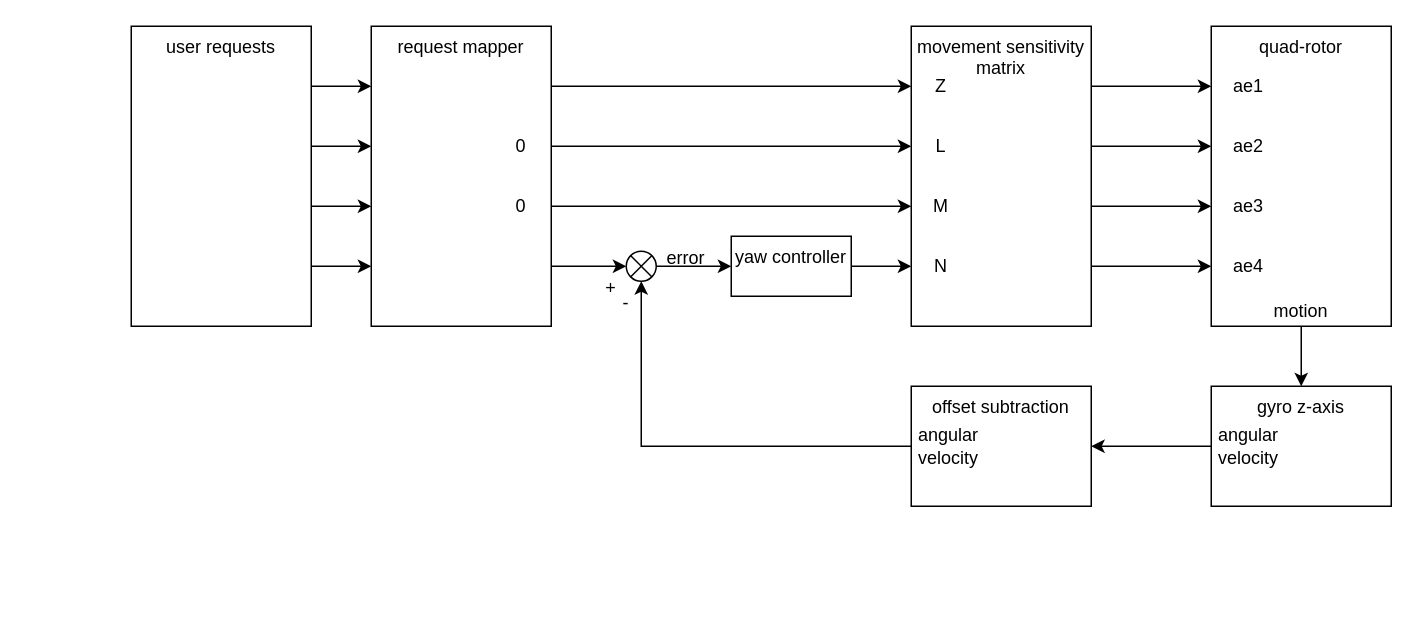
JanPaulMetz/draw keeps this draw.io diagram as yaw_control_diagram.drawio. Above is the earlier version. Source tidied: cells renumbered, new cells numbered last; positions are measured from the earlier drawing's top-left corner, leaving out a move shared by most shapes. Both pictures are drawn from the tidied source at 150%, with x=0, y=0 at pixel (130, 26).
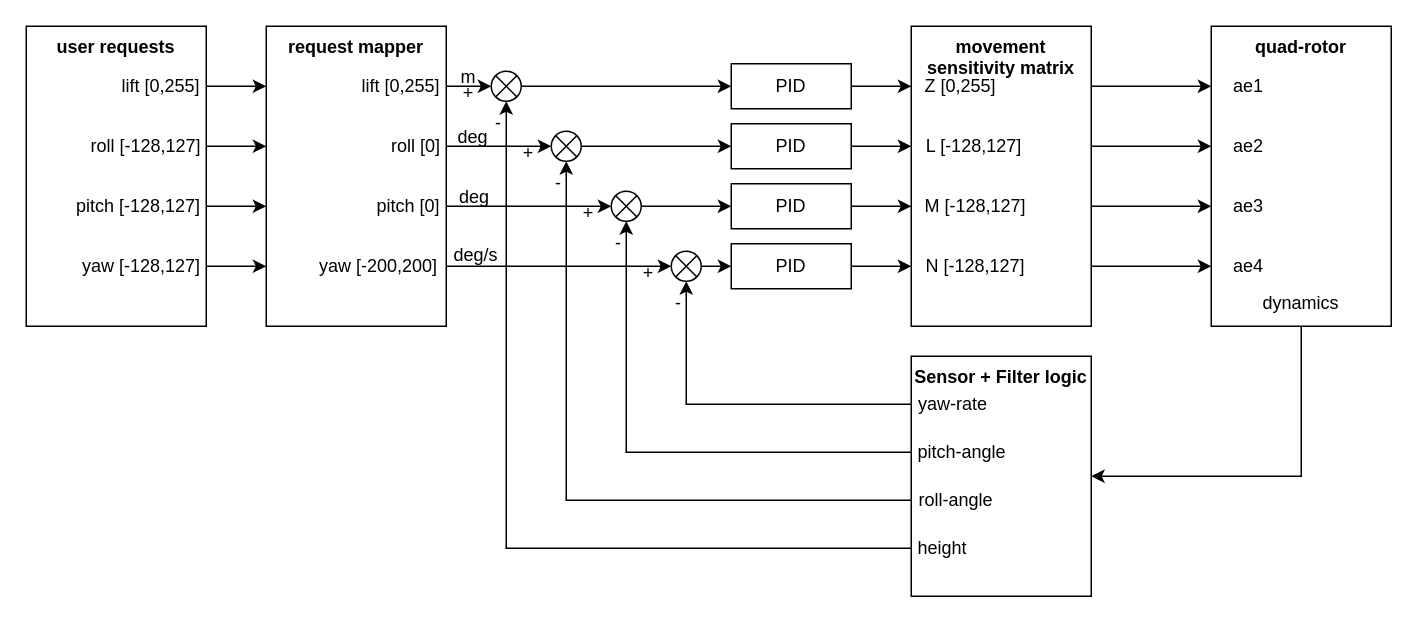
Above is the later version.

Change to the diagram source:
```diff
@@
-    <mxCell id="2" value="movement sensitivity matrix" style="rounded=0;whiteSpace=wrap;html=1;verticalAlign=top;points=[[0,0,0,0,0],[0,0.2,0,0,0],[0,0.4,0,0,0],[0,0.6,0,0,0],[0,0.8,0,0,0],[0,1,0,0,0],[0.25,0,0,0,0],[0.25,1,0,0,0],[0.5,0,0,0,0],[0.5,1,0,0,0],[0.75,0,0,0,0],[0.75,1,0,0,0],[1,0,0,0,0],[1,0.2,0,0,0],[1,0.4,0,0,0],[1,0.6,0,0,0],[1,0.8,0,0,0],[1,1,0,0,0]];" parent="1" vertex="1">
+    <mxCell id="2" value="&lt;b&gt;movement sensitivity matrix&lt;/b&gt;" style="rounded=0;whiteSpace=wrap;html=1;verticalAlign=top;points=[[0,0,0,0,0],[0,0.2,0,0,0],[0,0.4,0,0,0],[0,0.6,0,0,0],[0,0.8,0,0,0],[0,1,0,0,0],[0.25,0,0,0,0],[0.25,1,0,0,0],[0.5,0,0,0,0],[0.5,1,0,0,0],[0.75,0,0,0,0],[0.75,1,0,0,0],[1,0,0,0,0],[1,0.2,0,0,0],[1,0.4,0,0,0],[1,0.6,0,0,0],[1,0.8,0,0,0],[1,1,0,0,0]];" parent="1" vertex="1">
       <mxGeometry x="520" width="120" height="200" as="geometry" />
     </mxCell>
-    <mxCell id="3" style="edgeStyle=orthogonalEdgeStyle;rounded=0;jettySize=auto;html=1;exitX=0.5;exitY=1;exitDx=0;exitDy=0;exitPerimeter=0;entryX=0.5;entryY=0;entryDx=0;entryDy=0;" parent="1" edge="1" source="4" target="17">
-      <mxGeometry relative="1" as="geometry" />
-    </mxCell>
-    <mxCell id="4" value="quad-rotor" style="rounded=0;whiteSpace=wrap;html=1;verticalAlign=top;points=[[0,0,0,0,0],[0,0.2,0,0,0],[0,0.4,0,0,0],[0,0.6,0,0,0],[0,0.8,0,0,0],[0,1,0,0,0],[0.25,0,0,0,0],[0.25,1,0,0,0],[0.5,0,0,0,0],[0.5,1,0,0,0],[0.75,0,0,0,0],[0.75,1,0,0,0],[1,0,0,0,0],[1,0.2,0,0,0],[1,0.4,0,0,0],[1,0.6,0,0,0],[1,0.8,0,0,0],[1,1,0,0,0]];" parent="1" vertex="1">
+    <mxCell id="4" value="&lt;b&gt;quad-rotor&lt;/b&gt;" style="rounded=0;whiteSpace=wrap;html=1;verticalAlign=top;points=[[0,0,0,0,0],[0,0.2,0,0,0],[0,0.4,0,0,0],[0,0.6,0,0,0],[0,0.8,0,0,0],[0,1,0,0,0],[0.25,0,0,0,0],[0.25,1,0,0,0],[0.5,0,0,0,0],[0.5,1,0,0,0],[0.75,0,0,0,0],[0.75,1,0,0,0],[1,0,0,0,0],[1,0.2,0,0,0],[1,0.4,0,0,0],[1,0.6,0,0,0],[1,0.8,0,0,0],[1,1,0,0,0]];" parent="1" vertex="1">
       <mxGeometry x="720" width="120" height="200" as="geometry" />
     </mxCell>
@@
-    <mxCell id="13" value="Z" style="text;strokeColor=none;align=center;fillColor=none;html=1;verticalAlign=middle;whiteSpace=wrap;rounded=0;" parent="1" vertex="1">
-      <mxGeometry x="530" y="30" width="20" height="20" as="geometry" />
+    <mxCell id="13" value="Z  [0,255]" style="text;strokeColor=none;align=center;fillColor=none;html=1;verticalAlign=middle;whiteSpace=wrap;rounded=0;" parent="1" vertex="1">
+      <mxGeometry x="528" y="30" width="50" height="20" as="geometry" />
     </mxCell>
-    <mxCell id="14" value="yaw controller" style="rounded=0;whiteSpace=wrap;html=1;verticalAlign=top;" parent="1" vertex="1">
-      <mxGeometry x="400" y="140" width="80" height="40" as="geometry" />
-    </mxCell>
-    <mxCell id="15" style="edgeStyle=orthogonalEdgeStyle;rounded=0;jettySize=auto;html=1;exitX=1;exitY=0.5;exitDx=0;exitDy=0;entryX=0;entryY=0.8;entryDx=0;entryDy=0;entryPerimeter=0;" parent="1" edge="1" source="14" target="2">
-      <mxGeometry relative="1" as="geometry" />
-    </mxCell>
-    <mxCell id="16" style="edgeStyle=orthogonalEdgeStyle;rounded=0;jettySize=auto;html=1;exitX=0;exitY=0.5;exitDx=0;exitDy=0;entryX=1;entryY=0.5;entryDx=0;entryDy=0;" parent="1" edge="1" source="17" target="24">
-      <mxGeometry relative="1" as="geometry" />
-    </mxCell>
-    <mxCell id="17" value="gyro z-axis" style="rounded=0;whiteSpace=wrap;html=1;verticalAlign=top;" parent="1" vertex="1">
-      <mxGeometry x="720" y="240" width="120" height="80" as="geometry" />
-    </mxCell>
-    <mxCell id="18" value="L" style="text;strokeColor=none;align=center;fillColor=none;html=1;verticalAlign=middle;whiteSpace=wrap;rounded=0;" parent="1" vertex="1">
-      <mxGeometry x="530" y="70" width="20" height="20" as="geometry" />
+    <mxCell id="18" value="L [-128,127]" style="text;strokeColor=none;align=center;fillColor=none;html=1;verticalAlign=middle;whiteSpace=wrap;rounded=0;" parent="1" vertex="1">
+      <mxGeometry x="527" y="70" width="70" height="20" as="geometry" />
     </mxCell>
-    <mxCell id="19" value="M" style="text;strokeColor=none;align=center;fillColor=none;html=1;verticalAlign=middle;whiteSpace=wrap;rounded=0;" parent="1" vertex="1">
-      <mxGeometry x="530" y="110" width="20" height="20" as="geometry" />
+    <mxCell id="19" value="M [-128,127]" style="text;strokeColor=none;align=center;fillColor=none;html=1;verticalAlign=middle;whiteSpace=wrap;rounded=0;" parent="1" vertex="1">
+      <mxGeometry x="523" y="110" width="80" height="20" as="geometry" />
     </mxCell>
-    <mxCell id="20" value="N" style="text;strokeColor=none;align=center;fillColor=none;html=1;verticalAlign=middle;whiteSpace=wrap;rounded=0;" parent="1" vertex="1">
-      <mxGeometry x="530" y="150" width="20" height="20" as="geometry" />
+    <mxCell id="20" value="N [-128,127]" style="text;strokeColor=none;align=center;fillColor=none;html=1;verticalAlign=middle;whiteSpace=wrap;rounded=0;" parent="1" vertex="1">
+      <mxGeometry x="523" y="150" width="80" height="20" as="geometry" />
     </mxCell>
-    <mxCell id="21" style="edgeStyle=orthogonalEdgeStyle;rounded=0;jettySize=auto;html=1;exitX=1;exitY=0.5;exitDx=0;exitDy=0;exitPerimeter=0;entryX=0;entryY=0.5;entryDx=0;entryDy=0;" parent="1" edge="1" source="22" target="14">
-      <mxGeometry relative="1" as="geometry" />
-    </mxCell>
+    <mxCell id="43" style="edgeStyle=orthogonalEdgeStyle;rounded=0;jettySize=auto;html=1;exitX=1;exitY=0.5;exitDx=0;exitDy=0;exitPerimeter=0;entryX=0;entryY=0.5;entryDx=0;entryDy=0;" parent="1" edge="1" source="22" target="44">
+      <mxGeometry relative="1" as="geometry" />
+    </mxCell>
     <mxCell id="22" style="verticalLabelPosition=bottom;verticalAlign=top;html=1;shape=mxgraph.flowchart.or;" parent="1" vertex="1">
-      <mxGeometry x="330" y="150" width="20" height="20" as="geometry" />
+      <mxGeometry x="360" y="150" width="20" height="20" as="geometry" />
     </mxCell>
-    <mxCell id="23" value="angular&lt;br&gt;velocity" style="text;strokeColor=none;align=center;fillColor=none;html=1;verticalAlign=middle;whiteSpace=wrap;rounded=0;" parent="1" vertex="1">
-      <mxGeometry x="730" y="270" width="30" height="20" as="geometry" />
-    </mxCell>
-    <mxCell id="24" value="offset subtraction" style="rounded=0;whiteSpace=wrap;html=1;verticalAlign=top;" parent="1" vertex="1">
-      <mxGeometry x="520" y="240" width="120" height="80" as="geometry" />
-    </mxCell>
-    <mxCell id="25" value="motion" style="text;strokeColor=none;align=center;fillColor=none;html=1;verticalAlign=middle;whiteSpace=wrap;rounded=0;" parent="1" vertex="1">
-      <mxGeometry x="765" y="180" width="30" height="20" as="geometry" />
+    <mxCell id="25" value="dynamics" style="text;strokeColor=none;align=center;fillColor=none;html=1;verticalAlign=middle;whiteSpace=wrap;rounded=0;" parent="1" vertex="1">
+      <mxGeometry x="765" y="175" width="30" height="20" as="geometry" />
     </mxCell>
-    <mxCell id="26" style="edgeStyle=orthogonalEdgeStyle;rounded=0;jettySize=auto;html=1;exitX=0;exitY=0.5;exitDx=0;exitDy=0;entryX=0.5;entryY=1;entryDx=0;entryDy=0;entryPerimeter=0;" parent="1" edge="1" source="24" target="22">
-      <mxGeometry relative="1" as="geometry" />
-    </mxCell>
-    <mxCell id="27" value="request mapper" style="rounded=0;whiteSpace=wrap;html=1;verticalAlign=top;points=[[0,0,0,0,0],[0,0.2,0,0,0],[0,0.4,0,0,0],[0,0.6,0,0,0],[0,0.8,0,0,0],[0,1,0,0,0],[0.25,0,0,0,0],[0.25,1,0,0,0],[0.5,0,0,0,0],[0.5,1,0,0,0],[0.75,0,0,0,0],[0.75,1,0,0,0],[1,0,0,0,0],[1,0.2,0,0,0],[1,0.4,0,0,0],[1,0.6,0,0,0],[1,0.8,0,0,0],[1,1,0,0,0]];" parent="1" vertex="1">
-      <mxGeometry x="160" width="120" height="200" as="geometry" />
+    <mxCell id="27" value="&lt;b&gt;request mapper&lt;/b&gt;" style="rounded=0;whiteSpace=wrap;html=1;verticalAlign=top;points=[[0,0,0,0,0],[0,0.2,0,0,0],[0,0.4,0,0,0],[0,0.6,0,0,0],[0,0.8,0,0,0],[0,1,0,0,0],[0.25,0,0,0,0],[0.25,1,0,0,0],[0.5,0,0,0,0],[0.5,1,0,0,0],[0.75,0,0,0,0],[0.75,1,0,0,0],[1,0,0,0,0],[1,0.2,0,0,0],[1,0.4,0,0,0],[1,0.6,0,0,0],[1,0.8,0,0,0],[1,1,0,0,0]];" parent="1" vertex="1">
+      <mxGeometry x="90" width="120" height="200" as="geometry" />
     </mxCell>
-    <mxCell id="28" value="user requests" style="rounded=0;whiteSpace=wrap;html=1;verticalAlign=top;points=[[0,0,0,0,0],[0,0.2,0,0,0],[0,0.4,0,0,0],[0,0.6,0,0,0],[0,0.8,0,0,0],[0,1,0,0,0],[0.25,0,0,0,0],[0.25,1,0,0,0],[0.5,0,0,0,0],[0.5,1,0,0,0],[0.75,0,0,0,0],[0.75,1,0,0,0],[1,0,0,0,0],[1,0.2,0,0,0],[1,0.4,0,0,0],[1,0.6,0,0,0],[1,0.8,0,0,0],[1,1,0,0,0]];" parent="1" vertex="1">
-      <mxGeometry width="120" height="200" as="geometry" />
+    <mxCell id="28" value="&lt;b&gt;user requests&lt;/b&gt;" style="rounded=0;whiteSpace=wrap;html=1;verticalAlign=top;points=[[0,0,0,0,0],[0,0.2,0,0,0],[0,0.4,0,0,0],[0,0.6,0,0,0],[0,0.8,0,0,0],[0,1,0,0,0],[0.25,0,0,0,0],[0.25,1,0,0,0],[0.5,0,0,0,0],[0.5,1,0,0,0],[0.75,0,0,0,0],[0.75,1,0,0,0],[1,0,0,0,0],[1,0.2,0,0,0],[1,0.4,0,0,0],[1,0.6,0,0,0],[1,0.8,0,0,0],[1,1,0,0,0]];" parent="1" vertex="1">
+      <mxGeometry x="-70" width="120" height="200" as="geometry" />
     </mxCell>
@@
-    <mxCell id="30" style="edgeStyle=orthogonalEdgeStyle;rounded=0;jettySize=auto;html=1;exitX=1;exitY=0.6;exitDx=0;exitDy=0;exitPerimeter=0;entryX=0;entryY=0.6;entryDx=0;entryDy=0;entryPerimeter=0;" parent="1" edge="1" source="27" target="2">
-      <mxGeometry relative="1" as="geometry" />
-    </mxCell>
-    <mxCell id="31" style="edgeStyle=orthogonalEdgeStyle;rounded=0;jettySize=auto;html=1;exitX=1;exitY=0.4;exitDx=0;exitDy=0;exitPerimeter=0;entryX=0;entryY=0.4;entryDx=0;entryDy=0;entryPerimeter=0;" parent="1" edge="1" source="27" target="2">
-      <mxGeometry relative="1" as="geometry" />
-    </mxCell>
-    <mxCell id="32" style="edgeStyle=orthogonalEdgeStyle;rounded=0;jettySize=auto;html=1;exitX=1;exitY=0.2;exitDx=0;exitDy=0;exitPerimeter=0;entryX=0;entryY=0.2;entryDx=0;entryDy=0;entryPerimeter=0;" parent="1" edge="1" source="27" target="2">
-      <mxGeometry relative="1" as="geometry" />
-    </mxCell>
-    <mxCell id="33" value="0" style="text;strokeColor=none;align=center;fillColor=none;html=1;verticalAlign=middle;whiteSpace=wrap;rounded=0;" parent="1" vertex="1">
-      <mxGeometry x="250" y="70" width="20" height="20" as="geometry" />
-    </mxCell>
-    <mxCell id="34" value="0" style="text;strokeColor=none;align=center;fillColor=none;html=1;verticalAlign=middle;whiteSpace=wrap;rounded=0;" parent="1" vertex="1">
-      <mxGeometry x="250" y="110" width="20" height="20" as="geometry" />
-    </mxCell>
@@
-    <mxCell id="39" value="error" style="text;strokeColor=none;align=center;fillColor=none;html=1;verticalAlign=middle;whiteSpace=wrap;rounded=0;" parent="1" vertex="1">
-      <mxGeometry x="340" y="140" width="60" height="30" as="geometry" />
-    </mxCell>
     <mxCell id="40" value="-" style="text;strokeColor=none;align=center;fillColor=none;html=1;verticalAlign=middle;whiteSpace=wrap;rounded=0;" parent="1" vertex="1">
-      <mxGeometry x="300" y="170" width="60" height="30" as="geometry" />
+      <mxGeometry x="360" y="180" width="10" height="10" as="geometry" />
     </mxCell>
     <mxCell id="41" value="+" style="text;strokeColor=none;align=center;fillColor=none;html=1;verticalAlign=middle;whiteSpace=wrap;rounded=0;" parent="1" vertex="1">
-      <mxGeometry x="290" y="160" width="60" height="30" as="geometry" />
+      <mxGeometry x="340" y="160" width="10" height="10" as="geometry" />
     </mxCell>
-    <mxCell id="42" value="angular&lt;br&gt;velocity" style="text;strokeColor=none;align=center;fillColor=none;html=1;verticalAlign=middle;whiteSpace=wrap;rounded=0;" parent="1" vertex="1">
-      <mxGeometry x="530" y="270" width="30" height="20" as="geometry" />
-    </mxCell>
+    <mxCell id="44" value="PID" style="rounded=0;whiteSpace=wrap;html=1;verticalAlign=middle;" parent="1" vertex="1">
+      <mxGeometry x="400" y="145" width="80" height="30" as="geometry" />
+    </mxCell>
+    <mxCell id="45" style="edgeStyle=orthogonalEdgeStyle;rounded=0;jettySize=auto;html=1;exitX=1;exitY=0.5;exitDx=0;exitDy=0;entryX=0;entryY=0.8;entryDx=0;entryDy=0;entryPerimeter=0;" parent="1" edge="1" source="44" target="2">
+      <mxGeometry relative="1" as="geometry" />
+    </mxCell>
+    <mxCell id="46" value="PID" style="rounded=0;whiteSpace=wrap;html=1;verticalAlign=middle;" parent="1" vertex="1">
+      <mxGeometry x="400" y="105" width="80" height="30" as="geometry" />
+    </mxCell>
+    <mxCell id="47" value="PID" style="rounded=0;whiteSpace=wrap;html=1;verticalAlign=middle;" parent="1" vertex="1">
+      <mxGeometry x="400" y="65" width="80" height="30" as="geometry" />
+    </mxCell>
+    <mxCell id="48" value="PID" style="rounded=0;whiteSpace=wrap;html=1;verticalAlign=middle;" parent="1" vertex="1">
+      <mxGeometry x="400" y="25" width="80" height="30" as="geometry" />
+    </mxCell>
+    <mxCell id="49" style="edgeStyle=orthogonalEdgeStyle;rounded=0;jettySize=auto;html=1;exitX=1;exitY=0.5;exitDx=0;exitDy=0;entryX=0;entryY=0.2;entryDx=0;entryDy=0;entryPerimeter=0;" parent="1" edge="1" source="48" target="2">
+      <mxGeometry relative="1" as="geometry" />
+    </mxCell>
+    <mxCell id="50" style="edgeStyle=orthogonalEdgeStyle;rounded=0;jettySize=auto;html=1;exitX=1;exitY=0.5;exitDx=0;exitDy=0;entryX=0;entryY=0.4;entryDx=0;entryDy=0;entryPerimeter=0;" parent="1" edge="1" source="47" target="2">
+      <mxGeometry relative="1" as="geometry" />
+    </mxCell>
+    <mxCell id="51" style="edgeStyle=orthogonalEdgeStyle;rounded=0;jettySize=auto;html=1;exitX=1;exitY=0.5;exitDx=0;exitDy=0;entryX=0;entryY=0.6;entryDx=0;entryDy=0;entryPerimeter=0;" parent="1" edge="1" source="46" target="2">
+      <mxGeometry relative="1" as="geometry" />
+    </mxCell>
+    <mxCell id="52" style="edgeStyle=orthogonalEdgeStyle;rounded=0;jettySize=auto;html=1;exitX=1;exitY=0.5;exitDx=0;exitDy=0;exitPerimeter=0;entryX=0;entryY=0.5;entryDx=0;entryDy=0;" parent="1" edge="1" source="53" target="46">
+      <mxGeometry relative="1" as="geometry" />
+    </mxCell>
+    <mxCell id="53" style="verticalLabelPosition=bottom;verticalAlign=top;html=1;shape=mxgraph.flowchart.or;" parent="1" vertex="1">
+      <mxGeometry x="320" y="110" width="20" height="20" as="geometry" />
+    </mxCell>
+    <mxCell id="54" value="-" style="text;strokeColor=none;align=center;fillColor=none;html=1;verticalAlign=middle;whiteSpace=wrap;rounded=0;" parent="1" vertex="1">
+      <mxGeometry x="320" y="140" width="10" height="10" as="geometry" />
+    </mxCell>
+    <mxCell id="55" value="+" style="text;strokeColor=none;align=center;fillColor=none;html=1;verticalAlign=middle;whiteSpace=wrap;rounded=0;" parent="1" vertex="1">
+      <mxGeometry x="300" y="120" width="10" height="10" as="geometry" />
+    </mxCell>
+    <mxCell id="56" style="edgeStyle=orthogonalEdgeStyle;rounded=0;jettySize=auto;html=1;exitX=1;exitY=0.5;exitDx=0;exitDy=0;exitPerimeter=0;entryX=0;entryY=0.5;entryDx=0;entryDy=0;" parent="1" edge="1" source="57" target="47">
+      <mxGeometry relative="1" as="geometry" />
+    </mxCell>
+    <mxCell id="57" style="verticalLabelPosition=bottom;verticalAlign=top;html=1;shape=mxgraph.flowchart.or;" parent="1" vertex="1">
+      <mxGeometry x="280" y="70" width="20" height="20" as="geometry" />
+    </mxCell>
+    <mxCell id="58" value="-" style="text;strokeColor=none;align=center;fillColor=none;html=1;verticalAlign=middle;whiteSpace=wrap;rounded=0;" parent="1" vertex="1">
+      <mxGeometry x="280" y="100" width="10" height="10" as="geometry" />
+    </mxCell>
+    <mxCell id="59" value="+" style="text;strokeColor=none;align=center;fillColor=none;html=1;verticalAlign=middle;whiteSpace=wrap;rounded=0;" parent="1" vertex="1">
+      <mxGeometry x="260" y="80" width="10" height="10" as="geometry" />
+    </mxCell>
+    <mxCell id="60" style="edgeStyle=orthogonalEdgeStyle;rounded=0;jettySize=auto;html=1;exitX=1;exitY=0.5;exitDx=0;exitDy=0;exitPerimeter=0;entryX=0;entryY=0.5;entryDx=0;entryDy=0;" parent="1" edge="1" source="61" target="48">
+      <mxGeometry relative="1" as="geometry" />
+    </mxCell>
+    <mxCell id="61" style="verticalLabelPosition=bottom;verticalAlign=top;html=1;shape=mxgraph.flowchart.or;" parent="1" vertex="1">
+      <mxGeometry x="240" y="30" width="20" height="20" as="geometry" />
+    </mxCell>
+    <mxCell id="62" value="-" style="text;strokeColor=none;align=center;fillColor=none;html=1;verticalAlign=middle;whiteSpace=wrap;rounded=0;" parent="1" vertex="1">
+      <mxGeometry x="240" y="60" width="10" height="10" as="geometry" />
+    </mxCell>
+    <mxCell id="63" value="+" style="text;strokeColor=none;align=center;fillColor=none;html=1;verticalAlign=middle;whiteSpace=wrap;rounded=0;" parent="1" vertex="1">
+      <mxGeometry x="220" y="40" width="10" height="10" as="geometry" />
+    </mxCell>
+    <mxCell id="64" style="edgeStyle=orthogonalEdgeStyle;rounded=0;jettySize=auto;html=1;exitX=1;exitY=0.2;exitDx=0;exitDy=0;exitPerimeter=0;entryX=0;entryY=0.5;entryDx=0;entryDy=0;entryPerimeter=0;" parent="1" edge="1" source="27" target="61">
+      <mxGeometry relative="1" as="geometry" />
+    </mxCell>
+    <mxCell id="65" style="edgeStyle=orthogonalEdgeStyle;rounded=0;jettySize=auto;html=1;exitX=1;exitY=0.4;exitDx=0;exitDy=0;exitPerimeter=0;entryX=0;entryY=0.5;entryDx=0;entryDy=0;entryPerimeter=0;" parent="1" edge="1" source="27" target="57">
+      <mxGeometry relative="1" as="geometry" />
+    </mxCell>
+    <mxCell id="66" style="edgeStyle=orthogonalEdgeStyle;rounded=0;jettySize=auto;html=1;exitX=1;exitY=0.6;exitDx=0;exitDy=0;exitPerimeter=0;entryX=0;entryY=0.5;entryDx=0;entryDy=0;entryPerimeter=0;" parent="1" edge="1" source="27" target="53">
+      <mxGeometry relative="1" as="geometry" />
+    </mxCell>
+    <mxCell id="67" value="&lt;b&gt;Sensor + Filter logic&lt;br&gt;&lt;/b&gt;" style="rounded=0;whiteSpace=wrap;html=1;verticalAlign=top;points=[[0,0,0,0,0],[0,0.2,0,0,0],[0,0.4,0,0,0],[0,0.6,0,0,0],[0,0.8,0,0,0],[0,1,0,0,0],[0.25,0,0,0,0],[0.25,1,0,0,0],[0.5,0,0,0,0],[0.5,1,0,0,0],[0.75,0,0,0,0],[0.75,1,0,0,0],[1,0,0,0,0],[1,0.2,0,0,0],[1,0.5,0,0,0],[1,0.8,0,0,0],[1,1,0,0,0]];" parent="1" vertex="1">
+      <mxGeometry x="520" y="220" width="120" height="160" as="geometry" />
+    </mxCell>
+    <mxCell id="68" style="edgeStyle=orthogonalEdgeStyle;rounded=0;jettySize=auto;html=1;exitX=0.5;exitY=1;exitDx=0;exitDy=0;exitPerimeter=0;entryX=1;entryY=0.5;entryDx=0;entryDy=0;entryPerimeter=0;" parent="1" edge="1" source="4" target="67">
+      <mxGeometry relative="1" as="geometry" />
+    </mxCell>
+    <mxCell id="69" style="edgeStyle=orthogonalEdgeStyle;rounded=0;jettySize=auto;html=1;exitX=0;exitY=0.2;exitDx=0;exitDy=0;exitPerimeter=0;entryX=0.5;entryY=1;entryDx=0;entryDy=0;entryPerimeter=0;" parent="1" edge="1" source="67" target="22">
+      <mxGeometry relative="1" as="geometry" />
+    </mxCell>
+    <mxCell id="70" style="edgeStyle=orthogonalEdgeStyle;rounded=0;jettySize=auto;html=1;exitX=0;exitY=0.4;exitDx=0;exitDy=0;exitPerimeter=0;entryX=0.5;entryY=1;entryDx=0;entryDy=0;entryPerimeter=0;" parent="1" edge="1" source="67" target="53">
+      <mxGeometry relative="1" as="geometry" />
+    </mxCell>
+    <mxCell id="71" style="edgeStyle=orthogonalEdgeStyle;rounded=0;jettySize=auto;html=1;exitX=0;exitY=0.6;exitDx=0;exitDy=0;exitPerimeter=0;entryX=0.5;entryY=1;entryDx=0;entryDy=0;entryPerimeter=0;" parent="1" edge="1" source="67" target="57">
+      <mxGeometry relative="1" as="geometry" />
+    </mxCell>
+    <mxCell id="72" style="edgeStyle=orthogonalEdgeStyle;rounded=0;jettySize=auto;html=1;exitX=0;exitY=0.8;exitDx=0;exitDy=0;exitPerimeter=0;entryX=0.5;entryY=1;entryDx=0;entryDy=0;entryPerimeter=0;" parent="1" edge="1" source="67" target="61">
+      <mxGeometry relative="1" as="geometry" />
+    </mxCell>
+    <mxCell id="73" value="yaw-rate" style="text;strokeColor=none;align=center;fillColor=none;html=1;verticalAlign=middle;whiteSpace=wrap;rounded=0;" parent="1" vertex="1">
+      <mxGeometry x="518" y="242" width="60" height="20" as="geometry" />
+    </mxCell>
+    <mxCell id="74" value="pitch-angle" style="text;strokeColor=none;align=center;fillColor=none;html=1;verticalAlign=middle;whiteSpace=wrap;rounded=0;" parent="1" vertex="1">
+      <mxGeometry x="519" y="274" width="70" height="20" as="geometry" />
+    </mxCell>
+    <mxCell id="75" value="roll-angle" style="text;strokeColor=none;align=center;fillColor=none;html=1;verticalAlign=middle;whiteSpace=wrap;rounded=0;" parent="1" vertex="1">
+      <mxGeometry x="520" y="306" width="60" height="20" as="geometry" />
+    </mxCell>
+    <mxCell id="76" value="height" style="text;strokeColor=none;align=center;fillColor=none;html=1;verticalAlign=middle;whiteSpace=wrap;rounded=0;" parent="1" vertex="1">
+      <mxGeometry x="521" y="338" width="40" height="20" as="geometry" />
+    </mxCell>
+    <mxCell id="77" value="lift [0,255]" style="text;strokeColor=none;align=center;fillColor=none;html=1;verticalAlign=middle;whiteSpace=wrap;rounded=0;" parent="1" vertex="1">
+      <mxGeometry x="-10" y="30" width="60" height="20" as="geometry" />
+    </mxCell>
+    <mxCell id="78" value="roll [-128,127]" style="text;strokeColor=none;align=center;fillColor=none;html=1;verticalAlign=middle;whiteSpace=wrap;rounded=0;" parent="1" vertex="1">
+      <mxGeometry x="-30" y="70" width="80" height="20" as="geometry" />
+    </mxCell>
+    <mxCell id="79" value="pitch [-128,127]" style="text;strokeColor=none;align=center;fillColor=none;html=1;verticalAlign=middle;whiteSpace=wrap;rounded=0;" parent="1" vertex="1">
+      <mxGeometry x="-40" y="110" width="90" height="20" as="geometry" />
+    </mxCell>
+    <mxCell id="80" value="yaw [-128,127]" style="text;strokeColor=none;align=center;fillColor=none;html=1;verticalAlign=middle;whiteSpace=wrap;rounded=0;" parent="1" vertex="1">
+      <mxGeometry x="-38" y="150" width="90" height="20" as="geometry" />
+    </mxCell>
+    <mxCell id="81" value="yaw [-200,200]" style="text;strokeColor=none;align=center;fillColor=none;html=1;verticalAlign=middle;whiteSpace=wrap;rounded=0;" parent="1" vertex="1">
+      <mxGeometry x="120" y="150" width="90" height="20" as="geometry" />
+    </mxCell>
+    <mxCell id="82" value="pitch [0]" style="text;strokeColor=none;align=center;fillColor=none;html=1;verticalAlign=middle;whiteSpace=wrap;rounded=0;" parent="1" vertex="1">
+      <mxGeometry x="160" y="110" width="50" height="20" as="geometry" />
+    </mxCell>
+    <mxCell id="83" value="roll [0]" style="text;strokeColor=none;align=center;fillColor=none;html=1;verticalAlign=middle;whiteSpace=wrap;rounded=0;" parent="1" vertex="1">
+      <mxGeometry x="170" y="70" width="40" height="20" as="geometry" />
+    </mxCell>
+    <mxCell id="84" value="lift [0,255]" style="text;strokeColor=none;align=center;fillColor=none;html=1;verticalAlign=middle;whiteSpace=wrap;rounded=0;" parent="1" vertex="1">
+      <mxGeometry x="150" y="30" width="60" height="20" as="geometry" />
+    </mxCell>
+    <mxCell id="85" value="deg/s" style="text;strokeColor=none;align=center;fillColor=none;html=1;verticalAlign=middle;whiteSpace=wrap;rounded=0;" parent="1" vertex="1">
+      <mxGeometry x="210" y="144" width="40" height="18" as="geometry" />
+    </mxCell>
+    <mxCell id="86" value="deg" style="text;strokeColor=none;align=center;fillColor=none;html=1;verticalAlign=middle;whiteSpace=wrap;rounded=0;" parent="1" vertex="1">
+      <mxGeometry x="219" y="105" width="20" height="18" as="geometry" />
+    </mxCell>
+    <mxCell id="87" value="deg" style="text;strokeColor=none;align=center;fillColor=none;html=1;verticalAlign=middle;whiteSpace=wrap;rounded=0;" parent="1" vertex="1">
+      <mxGeometry x="218" y="65" width="20" height="18" as="geometry" />
+    </mxCell>
+    <mxCell id="88" value="m" style="text;strokeColor=none;align=center;fillColor=none;html=1;verticalAlign=middle;whiteSpace=wrap;rounded=0;" parent="1" vertex="1">
+      <mxGeometry x="215" y="25" width="20" height="18" as="geometry" />
+    </mxCell>
```
